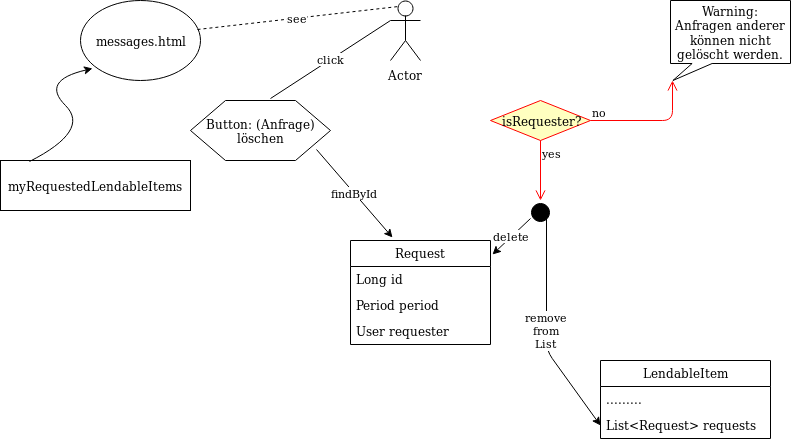
The draw.io diagram Diagram/deleteRequest.png in Jukre111/Propra-im-Team, before a commit. Source tidied: cells renumbered, new cells last; positions are measured from the earlier drawing's top-left corner, leaving out a move shared by most shapes. The source it was exported from:
```xml
<mxGraphModel>
  <root>
    <mxCell id="0" />
    <mxCell id="1" parent="0" />
    <mxCell id="2" value="Actor" style="shape=umlActor;verticalLabelPosition=bottom;labelBackgroundColor=#ffffff;verticalAlign=top;html=1;outlineConnect=0;" parent="1" vertex="1">
      <mxGeometry x="390" width="30" height="60" as="geometry" />
    </mxCell>
    <mxCell id="3" value="messages.html" style="ellipse;whiteSpace=wrap;html=1;" parent="1" vertex="1">
      <mxGeometry x="80" width="120" height="80" as="geometry" />
    </mxCell>
    <mxCell id="4" value="see" style="endArrow=none;dashed=1;html=1;exitX=0.975;exitY=0.363;exitDx=0;exitDy=0;exitPerimeter=0;entryX=0.25;entryY=0.1;entryDx=0;entryDy=0;entryPerimeter=0;" parent="1" edge="1" source="3" target="2">
      <mxGeometry relative="1" as="geometry" />
    </mxCell>
    <mxCell id="5" value="Button: (Anfrage) löschen" style="shape=hexagon;perimeter=hexagonPerimeter2;whiteSpace=wrap;html=1;" parent="1" vertex="1">
      <mxGeometry x="190" y="100" width="140" height="60" as="geometry" />
    </mxCell>
    <mxCell id="6" value="click" style="endArrow=none;html=1;entryX=0;entryY=0.3333333333333333;entryDx=0;entryDy=0;entryPerimeter=0;exitX=0.571;exitY=-0.033;exitDx=0;exitDy=0;exitPerimeter=0;" parent="1" edge="1" source="5" target="2">
      <mxGeometry relative="1" as="geometry" />
    </mxCell>
    <mxCell id="7" value="Request" style="swimlane;fontStyle=0;horizontal=1;startSize=26;fillColor=none;" parent="1" vertex="1">
      <mxGeometry x="350" y="240" width="140" height="104" as="geometry" />
    </mxCell>
    <mxCell id="8" value="Long id" style="text;strokeColor=none;fillColor=none;align=left;verticalAlign=top;spacingLeft=4;spacingRight=4;overflow=hidden;" parent="7" vertex="1">
      <mxGeometry y="26" width="140" height="26" as="geometry" />
    </mxCell>
    <mxCell id="9" value="Period period" style="text;strokeColor=none;fillColor=none;align=left;verticalAlign=top;spacingLeft=4;spacingRight=4;overflow=hidden;" parent="7" vertex="1">
      <mxGeometry y="52" width="140" height="26" as="geometry" />
    </mxCell>
    <mxCell id="10" value="User requester" style="text;strokeColor=none;fillColor=none;align=left;verticalAlign=top;spacingLeft=4;spacingRight=4;overflow=hidden;" parent="7" vertex="1">
      <mxGeometry y="78" width="140" height="26" as="geometry" />
    </mxCell>
    <mxCell id="11" value="findById" style="endArrow=classic;html=1;exitX=0.9;exitY=0.817;exitDx=0;exitDy=0;exitPerimeter=0;entryX=0.3;entryY=-0.029;entryDx=0;entryDy=0;entryPerimeter=0;" parent="1" edge="1" source="5" target="7">
      <mxGeometry relative="1" as="geometry" />
    </mxCell>
    <mxCell id="12" value="isRequester?" style="rhombus;whiteSpace=wrap;html=1;fillColor=#ffffc0;strokeColor=#ff0000;" parent="1" vertex="1">
      <mxGeometry x="490" y="100" width="100" height="40" as="geometry" />
    </mxCell>
    <mxCell id="13" value="no" style="edgeStyle=orthogonalEdgeStyle;html=1;align=left;verticalAlign=bottom;endArrow=open;endSize=8;strokeColor=#ff0000;entryX=0;entryY=0;entryDx=2.4;entryDy=80;entryPerimeter=0;" parent="1" edge="1" source="12" target="17">
      <mxGeometry x="-1" relative="1" as="geometry" />
    </mxCell>
    <mxCell id="14" value="yes" style="edgeStyle=orthogonalEdgeStyle;html=1;align=left;verticalAlign=top;endArrow=open;endSize=8;strokeColor=#ff0000;" parent="1" edge="1" source="12">
      <mxGeometry x="-1" relative="1" as="geometry">
        <mxPoint x="540" y="200" as="targetPoint" />
      </mxGeometry>
    </mxCell>
    <mxCell id="15" style="ellipse;whiteSpace=wrap;html=1;fillColor=#000000;" parent="1" vertex="1">
      <mxGeometry x="531" y="203" width="18" height="18" as="geometry" />
    </mxCell>
    <mxCell id="16" value="delete" style="endArrow=classic;html=1;entryX=1.014;entryY=0.135;entryDx=0;entryDy=0;entryPerimeter=0;" parent="1" edge="1" target="7">
      <mxGeometry relative="1" as="geometry">
        <mxPoint x="530" y="218" as="sourcePoint" />
      </mxGeometry>
    </mxCell>
    <mxCell id="17" value="&lt;div&gt;Warning: &lt;br&gt;&lt;/div&gt;&lt;div&gt;Anfragen anderer können nicht gelöscht werden.&lt;br&gt;&lt;/div&gt;" style="shape=callout;whiteSpace=wrap;html=1;perimeter=calloutPerimeter;size=17;position=0.18;position2=0.02;" parent="1" vertex="1">
      <mxGeometry x="670" width="120" height="80" as="geometry" />
    </mxCell>
    <mxCell id="18" value="LendableItem" style="swimlane;fontStyle=0;horizontal=1;startSize=26;fillColor=none;" parent="1" vertex="1">
      <mxGeometry x="600" y="360" width="170" height="78" as="geometry" />
    </mxCell>
    <mxCell id="19" value="........." style="text;strokeColor=none;fillColor=none;align=left;verticalAlign=top;spacingLeft=4;spacingRight=4;overflow=hidden;" parent="18" vertex="1">
      <mxGeometry y="26" width="170" height="26" as="geometry" />
    </mxCell>
    <mxCell id="20" value="List&lt;Request&gt; requests" style="text;strokeColor=none;fillColor=none;align=left;verticalAlign=top;spacingLeft=4;spacingRight=4;overflow=hidden;points=[[0,0.5],[1,0.5]];portConstraint=eastwest;" parent="18" vertex="1">
      <mxGeometry y="52" width="170" height="26" as="geometry" />
    </mxCell>
    <mxCell id="21" value="&lt;div&gt;remove &lt;br&gt;&lt;/div&gt;&lt;div&gt;from&lt;/div&gt;&lt;div&gt;List&lt;br&gt;&lt;/div&gt;" style="endArrow=classic;html=1;exitX=1;exitY=1;exitDx=0;exitDy=0;entryX=0;entryY=0.5;entryDx=0;entryDy=0;" parent="1" edge="1" source="15" target="20">
      <mxGeometry relative="1" as="geometry">
        <Array as="points">
          <mxPoint x="546" y="350" />
        </Array>
      </mxGeometry>
    </mxCell>
    <mxCell id="22" value="myRequestedLendableItems" style="html=1;fillColor=#FFFFFF;" parent="1" vertex="1">
      <mxGeometry y="160" width="190" height="50" as="geometry" />
    </mxCell>
    <mxCell id="23" style="curved=1;endArrow=classic;html=1;entryX=0.1;entryY=0.85;entryDx=0;entryDy=0;entryPerimeter=0;exitX=0.153;exitY=0.02;exitDx=0;exitDy=0;exitPerimeter=0;" parent="1" edge="1" source="22" target="3">
      <mxGeometry relative="1" as="geometry">
        <Array as="points">
          <mxPoint x="90" y="130" />
          <mxPoint x="40" y="80" />
        </Array>
      </mxGeometry>
    </mxCell>
  </root>
</mxGraphModel>
```
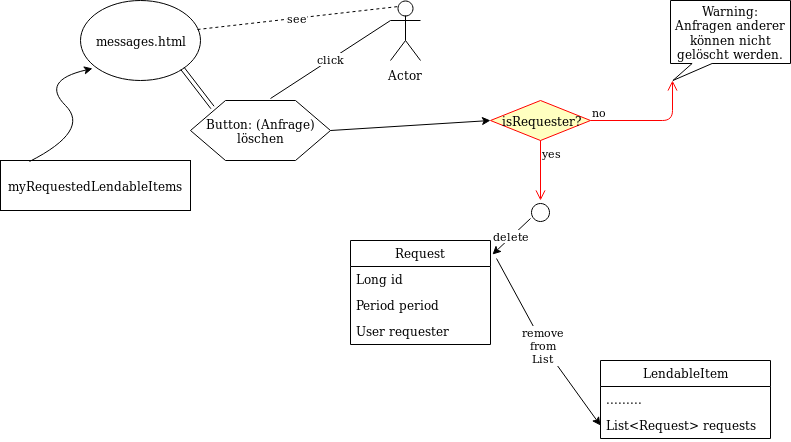
Above is the later version.

What changed in the source:
```diff
@@ -29,9 +29,6 @@
     <mxCell id="10" value="User requester" style="text;strokeColor=none;fillColor=none;align=left;verticalAlign=top;spacingLeft=4;spacingRight=4;overflow=hidden;" parent="7" vertex="1">
       <mxGeometry y="78" width="140" height="26" as="geometry" />
     </mxCell>
-    <mxCell id="11" value="findById" style="endArrow=classic;html=1;exitX=0.9;exitY=0.817;exitDx=0;exitDy=0;exitPerimeter=0;entryX=0.3;entryY=-0.029;entryDx=0;entryDy=0;entryPerimeter=0;" parent="1" edge="1" source="5" target="7">
-      <mxGeometry relative="1" as="geometry" />
-    </mxCell>
     <mxCell id="12" value="isRequester?" style="rhombus;whiteSpace=wrap;html=1;fillColor=#ffffc0;strokeColor=#ff0000;" parent="1" vertex="1">
       <mxGeometry x="490" y="100" width="100" height="40" as="geometry" />
     </mxCell>
@@ -43,7 +40,7 @@
         <mxPoint x="540" y="200" as="targetPoint" />
       </mxGeometry>
     </mxCell>
-    <mxCell id="15" style="ellipse;whiteSpace=wrap;html=1;fillColor=#000000;" parent="1" vertex="1">
+    <mxCell id="15" style="ellipse;whiteSpace=wrap;html=1;fillColor=#ffffff;strokeColor=#000000;" parent="1" vertex="1">
       <mxGeometry x="531" y="203" width="18" height="18" as="geometry" />
     </mxCell>
     <mxCell id="16" value="delete" style="endArrow=classic;html=1;entryX=1.014;entryY=0.135;entryDx=0;entryDy=0;entryPerimeter=0;" parent="1" edge="1" target="7">
@@ -63,7 +60,7 @@
     <mxCell id="20" value="List&lt;Request&gt; requests" style="text;strokeColor=none;fillColor=none;align=left;verticalAlign=top;spacingLeft=4;spacingRight=4;overflow=hidden;points=[[0,0.5],[1,0.5]];portConstraint=eastwest;" parent="18" vertex="1">
       <mxGeometry y="52" width="170" height="26" as="geometry" />
     </mxCell>
-    <mxCell id="21" value="&lt;div&gt;remove &lt;br&gt;&lt;/div&gt;&lt;div&gt;from&lt;/div&gt;&lt;div&gt;List&lt;br&gt;&lt;/div&gt;" style="endArrow=classic;html=1;exitX=1;exitY=1;exitDx=0;exitDy=0;entryX=0;entryY=0.5;entryDx=0;entryDy=0;" parent="1" edge="1" source="15" target="20">
+    <mxCell id="21" value="&lt;div&gt;remove &lt;br&gt;&lt;/div&gt;&lt;div&gt;from&lt;/div&gt;&lt;div&gt;List&lt;br&gt;&lt;/div&gt;" style="endArrow=classic;html=1;exitX=1.043;exitY=0.173;exitDx=0;exitDy=0;entryX=0;entryY=0.5;entryDx=0;entryDy=0;exitPerimeter=0;" parent="1" edge="1" source="7" target="20">
       <mxGeometry relative="1" as="geometry">
         <Array as="points">
           <mxPoint x="546" y="350" />
@@ -81,5 +78,11 @@
         </Array>
       </mxGeometry>
     </mxCell>
+    <mxCell id="24" style="shape=link;html=1;exitX=1;exitY=1;exitDx=0;exitDy=0;entryX=0.157;entryY=0.117;entryDx=0;entryDy=0;entryPerimeter=0;" parent="1" edge="1" source="3" target="5">
+      <mxGeometry relative="1" as="geometry" />
+    </mxCell>
+    <mxCell id="25" style="endArrow=classic;html=1;exitX=1;exitY=0.5;exitDx=0;exitDy=0;entryX=0;entryY=0.5;entryDx=0;entryDy=0;" parent="1" edge="1" source="5" target="12">
+      <mxGeometry relative="1" as="geometry" />
+    </mxCell>
   </root>
 </mxGraphModel>
```
